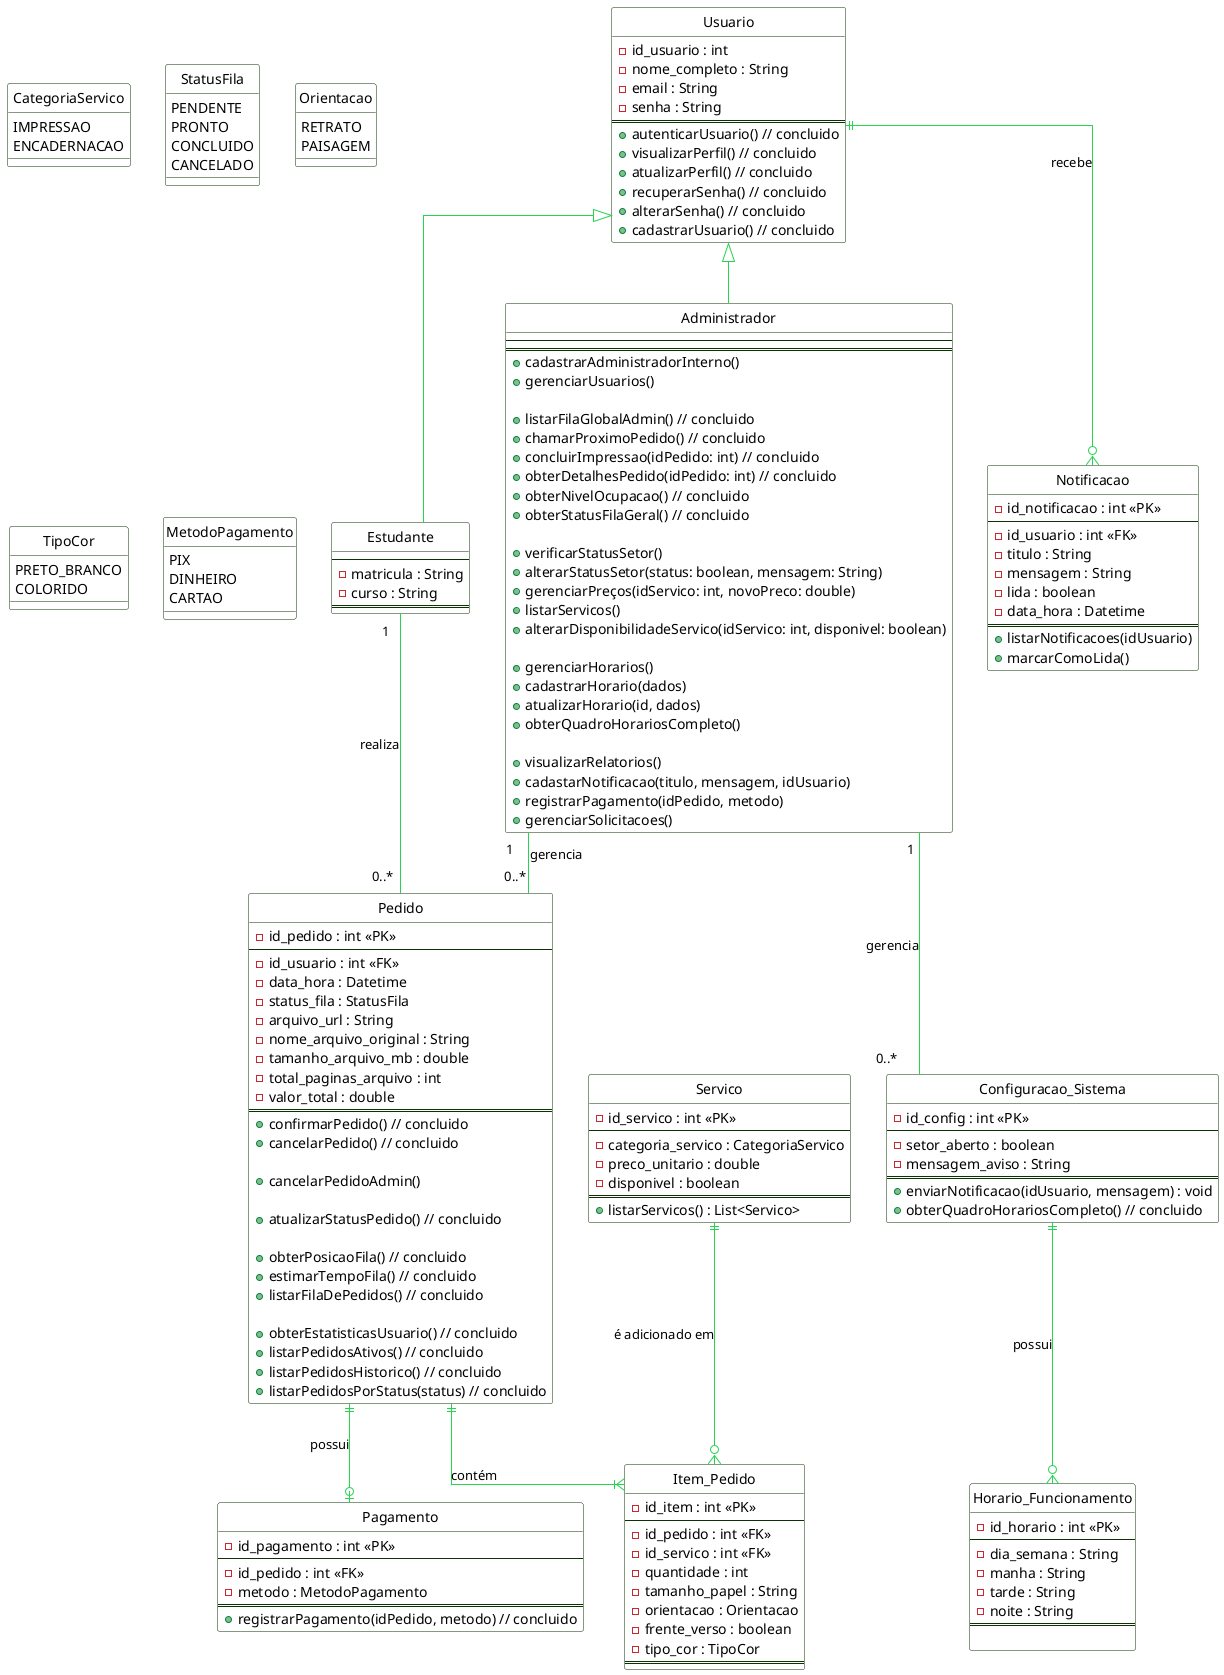
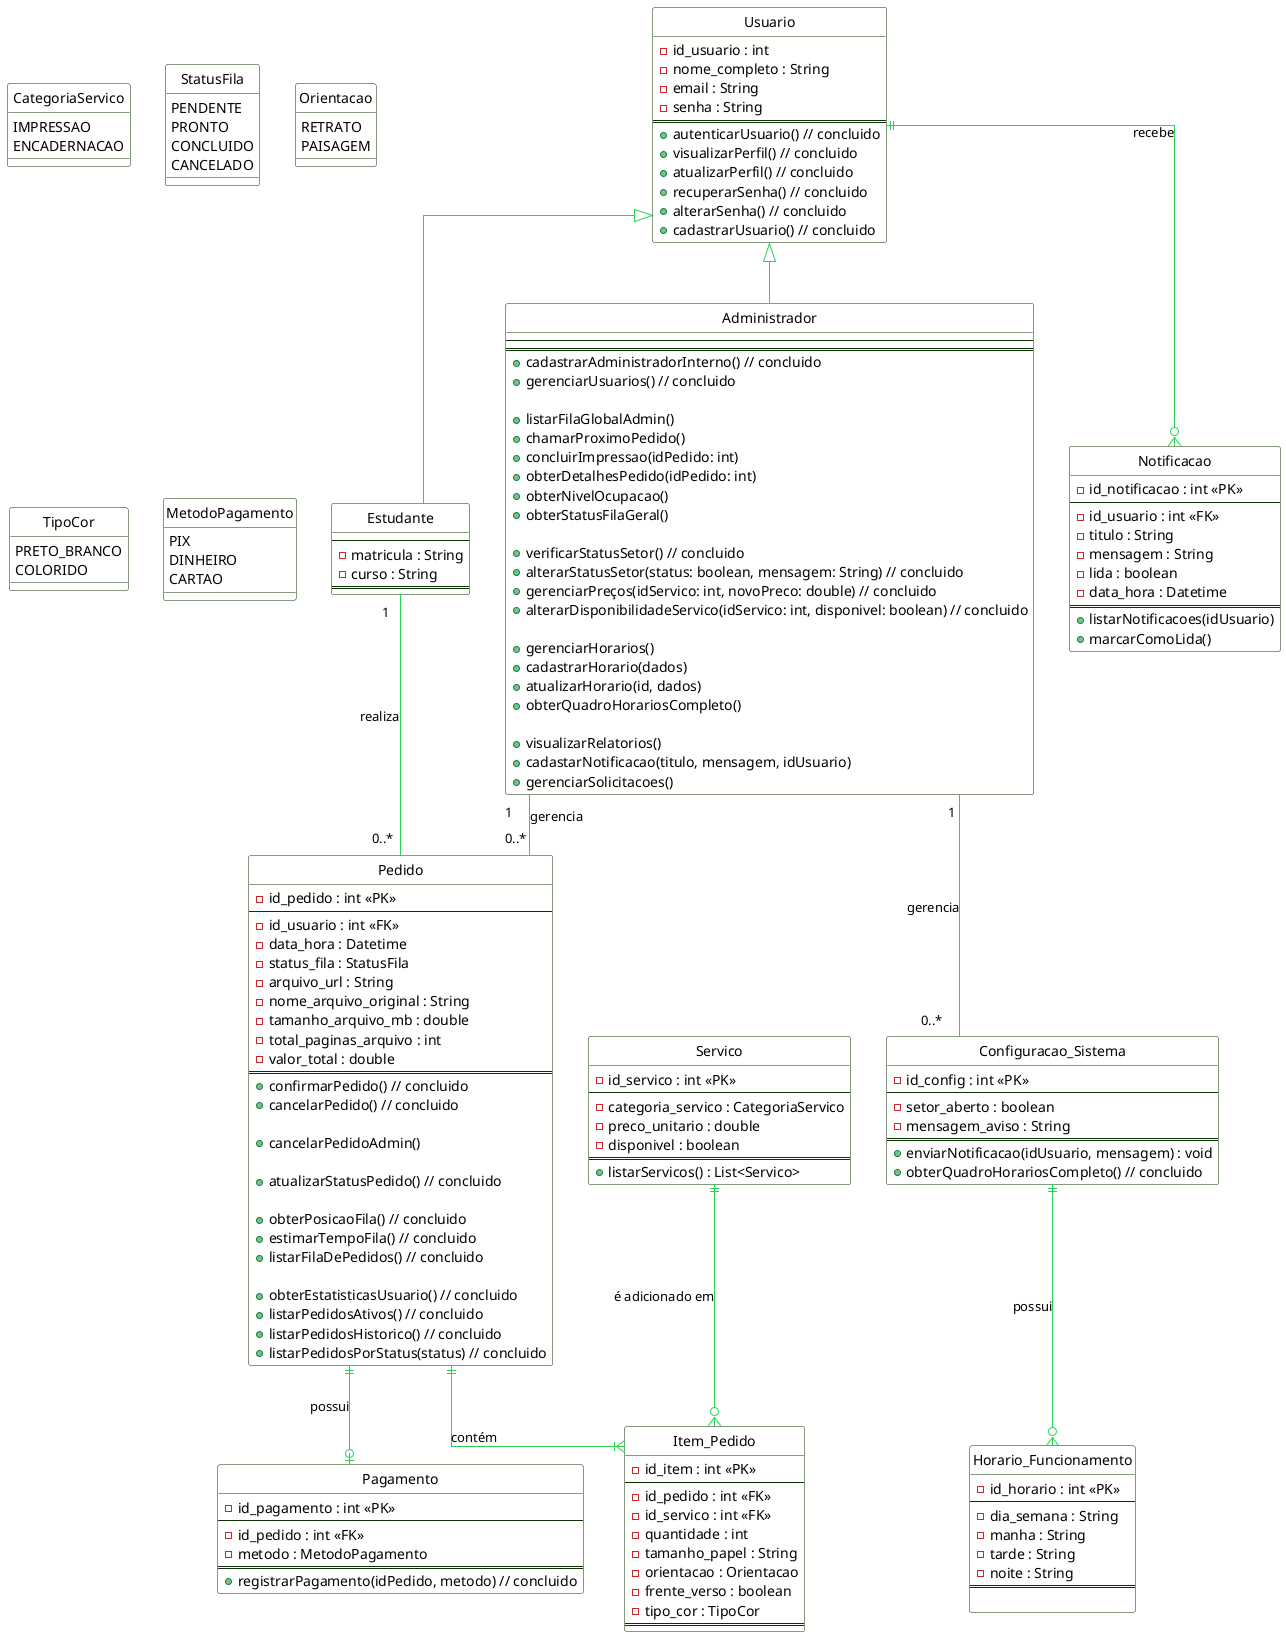
@startuml diagram
' Configurações visuais para deixar o diagrama mais limpo e profissional
hide circle
skinparam linetype ortho
skinparam shadowing false
skinparam class {
    BackgroundColor White
    ArrowColor #26d451
    BorderColor #0b3203
}

' --- Definição dos ENUMS ---
enum CategoriaServico {
  IMPRESSAO
  ENCADERNACAO
}

enum StatusFila {
  PENDENTE
  PRONTO
  CONCLUIDO
  CANCELADO
}

enum Orientacao {
  RETRATO
  PAISAGEM
}

enum TipoCor {
  PRETO_BRANCO
  COLORIDO
}

enum MetodoPagamento {
  PIX
  DINHEIRO
  CARTAO
}

' --- Definição das Classes (Tabelas + Métodos) ---

class "Usuario" as usuario {
  - id_usuario : int
  - nome_completo : String
  - email : String
  - senha : String
  ==
  + autenticarUsuario() // concluido
  + visualizarPerfil() // concluido
  + atualizarPerfil() // concluido
  + recuperarSenha() // concluido
  + alterarSenha() // concluido
  + cadastrarUsuario() // concluido
}

class "Estudante" as estudante {
  --
  - matricula : String
  - curso : String
  ==
}

class "Administrador" as admin {
  --
  ==
  ' Gestão de Pessoas e Acessos
-   + cadastrarAdministradorInterno()
-   + gerenciarUsuarios()
+   + cadastrarAdministradorInterno() // concluido
+   + gerenciarUsuarios() // concluido

  ' Gestão Operacional da Fila (Métodos do PedidoService)
-   + listarFilaGlobalAdmin() // concluido
-   + chamarProximoPedido() // concluido
-   + concluirImpressao(idPedido: int) // concluido
-   + obterDetalhesPedido(idPedido: int) // concluido
-   + obterNivelOcupacao() // concluido
-   + obterStatusFilaGeral() // concluido
+   + listarFilaGlobalAdmin()
+   + chamarProximoPedido()
+   + concluirImpressao(idPedido: int)
+   + obterDetalhesPedido(idPedido: int)
+   + obterNivelOcupacao()
+   + obterStatusFilaGeral()

  ' Gestão de Configurações e Preços
-   + verificarStatusSetor()
-   + alterarStatusSetor(status: boolean, mensagem: String)
-   + gerenciarPreços(idServico: int, novoPreco: double)
-   + listarServicos()
-   + alterarDisponibilidadeServico(idServico: int, disponivel: boolean)
+   + verificarStatusSetor() // concluido
+   + alterarStatusSetor(status: boolean, mensagem: String) // concluido
+   + gerenciarPreços(idServico: int, novoPreco: double) // concluido
+   + alterarDisponibilidadeServico(idServico: int, disponivel: boolean) // concluido

  ' Gestão de Horários // concluido
  + gerenciarHorarios()
  + cadastrarHorario(dados)
  + atualizarHorario(id, dados)
  + obterQuadroHorariosCompleto()

  ' Comunicação e Inteligência
  + visualizarRelatorios()
  + cadastarNotificacao(titulo, mensagem, idUsuario)
-   + registrarPagamento(idPedido, metodo)
  + gerenciarSolicitacoes()
}

class "Servico" as servico {
  - id_servico : int <<PK>>
  --
  - categoria_servico : CategoriaServico
  - preco_unitario : double
  - disponivel : boolean
  ==
  + listarServicos() : List<Servico>
}

class "Pedido" as pedido {
  - id_pedido : int <<PK>>
  --
  - id_usuario : int <<FK>>
  - data_hora : Datetime
  - status_fila : StatusFila
  - arquivo_url : String
  - nome_arquivo_original : String
  - tamanho_arquivo_mb : double
  - total_paginas_arquivo : int
  - valor_total : double
  ==
  + confirmarPedido() // concluido
  + cancelarPedido() // concluido

  + cancelarPedidoAdmin()

  + atualizarStatusPedido() // concluido

  + obterPosicaoFila() // concluido
  + estimarTempoFila() // concluido
  + listarFilaDePedidos() // concluido

  + obterEstatisticasUsuario() // concluido
  + listarPedidosAtivos() // concluido
  + listarPedidosHistorico() // concluido
  + listarPedidosPorStatus(status) // concluido
}

class "Item_Pedido" as item_pedido {
  - id_item : int <<PK>>
  --
  - id_pedido : int <<FK>>
  - id_servico : int <<FK>>
  - quantidade : int
  - tamanho_papel : String
  - orientacao : Orientacao
  - frente_verso : boolean
  - tipo_cor : TipoCor
  ==
}

class "Pagamento" as pagamento {
  - id_pagamento : int <<PK>>
  --
  - id_pedido : int <<FK>>
  - metodo : MetodoPagamento
  ==
  + registrarPagamento(idPedido, metodo) // concluido
}

class "Notificacao" as notificacao {
  - id_notificacao : int <<PK>>
  --
  - id_usuario : int <<FK>>
  - titulo : String
  - mensagem : String
  - lida : boolean
  - data_hora : Datetime
  ==
  + listarNotificacoes(idUsuario)
  + marcarComoLida()
}

class "Horario_Funcionamento" as horario {
  - id_horario : int <<PK>>
  --
  - dia_semana : String
  - manha : String
  - tarde : String
  - noite : String
  ==

}

class "Configuracao_Sistema" as config {
  - id_config : int <<PK>>
  --
  - setor_aberto : boolean
  - mensagem_aviso : String
  ==
  + enviarNotificacao(idUsuario, mensagem) : void
  + obterQuadroHorariosCompleto() // concluido
}

' --- Definição dos Relacionamentos ---

usuario <|-- estudante
usuario <|-- admin


usuario ||--o{ notificacao : "recebe"
pedido ||--|{ item_pedido : "contém"
servico ||--o{ item_pedido : "é adicionado em"
pedido ||--o| pagamento : "possui"
config ||--o{ horario : "possui"

estudante "1   " -- "0..*  " pedido : "realiza"
admin "1   " -- "0..*  " config : "gerencia"
admin "1   " -- "0..*  " pedido : "gerencia"

@enduml